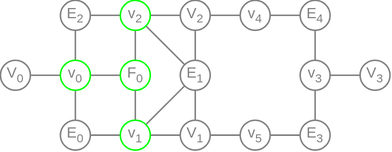
This is wiki/MeshGraphFaceGraph.svg from YoanWithY/kayo, a draw.io export, as it was before one commit. Source tidied: cells renumbered, new cells last; positions are measured from the earlier drawing's top-left corner, leaving out a move shared by most shapes.
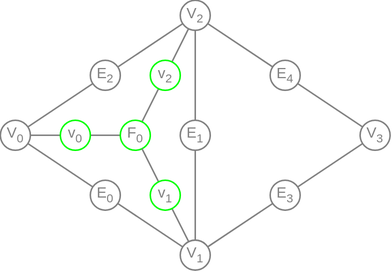
The same file after the commit.

Diff of the diagram source:
```diff
@@ -20,10 +20,10 @@
     <mxCell id="7" value="E&lt;sub style=&quot;&quot;&gt;&lt;font style=&quot;font-size: 8px;&quot;&gt;1&lt;/font&gt;&lt;/sub&gt;" style="ellipse;whiteSpace=wrap;html=1;fontSize=10;fillColor=none;strokeColor=#808080;fontColor=#808080;" parent="1" vertex="1">
       <mxGeometry x="120" y="40" width="20" height="20" as="geometry" />
     </mxCell>
-    <mxCell id="8" style="edgeStyle=none;shape=connector;rounded=0;html=1;labelBackgroundColor=default;strokeColor=#808080;fontFamily=Helvetica;fontSize=8;fontColor=#808080;endArrow=none;endFill=0;" parent="1" edge="1" source="27" target="32">
+    <mxCell id="8" style="edgeStyle=none;shape=connector;rounded=0;html=1;labelBackgroundColor=default;strokeColor=#808080;fontFamily=Helvetica;fontSize=8;fontColor=#808080;endArrow=none;endFill=0;" parent="1" edge="1" source="27" target="10">
       <mxGeometry relative="1" as="geometry" />
     </mxCell>
-    <mxCell id="9" style="edgeStyle=none;shape=connector;rounded=0;html=1;labelBackgroundColor=default;strokeColor=#808080;fontFamily=Helvetica;fontSize=8;fontColor=#808080;endArrow=none;endFill=0;" parent="1" edge="1" source="27" target="34">
+    <mxCell id="9" style="edgeStyle=none;shape=connector;rounded=0;html=1;labelBackgroundColor=default;strokeColor=#808080;fontFamily=Helvetica;fontSize=8;fontColor=#808080;endArrow=none;endFill=0;" parent="1" edge="1" source="27" target="16">
       <mxGeometry relative="1" as="geometry" />
     </mxCell>
     <mxCell id="10" value="V&lt;sub style=&quot;&quot;&gt;&lt;font style=&quot;font-size: 8px;&quot;&gt;0&lt;/font&gt;&lt;/sub&gt;" style="ellipse;whiteSpace=wrap;html=1;fontSize=10;fillColor=none;strokeColor=#808080;fontColor=#808080;shadow=0;" parent="1" vertex="1">
@@ -32,29 +32,26 @@
     <mxCell id="11" style="edgeStyle=none;shape=connector;rounded=0;html=1;labelBackgroundColor=default;strokeColor=#808080;fontFamily=Helvetica;fontSize=8;fontColor=#808080;endArrow=none;endFill=0;" parent="1" edge="1" source="13" target="33">
       <mxGeometry relative="1" as="geometry" />
     </mxCell>
-    <mxCell id="12" style="edgeStyle=none;shape=connector;rounded=0;html=1;labelBackgroundColor=default;strokeColor=#808080;fontFamily=Helvetica;fontSize=8;fontColor=#808080;endArrow=none;endFill=0;" parent="1" edge="1" source="13" target="38">
-      <mxGeometry relative="1" as="geometry" />
-    </mxCell>
     <mxCell id="13" value="V&lt;sub style=&quot;&quot;&gt;&lt;font style=&quot;font-size: 8px;&quot;&gt;1&lt;/font&gt;&lt;/sub&gt;" style="ellipse;whiteSpace=wrap;html=1;fontSize=10;fillColor=none;strokeColor=#808080;fontColor=#808080;" parent="1" vertex="1">
-      <mxGeometry x="120" y="80" width="20" height="20" as="geometry" />
+      <mxGeometry x="120" y="120" width="20" height="20" as="geometry" />
     </mxCell>
     <mxCell id="14" style="edgeStyle=none;shape=connector;rounded=0;html=1;labelBackgroundColor=default;strokeColor=#808080;fontFamily=Helvetica;fontSize=8;fontColor=#808080;endArrow=none;endFill=0;" parent="1" edge="1" source="16" target="34">
       <mxGeometry relative="1" as="geometry" />
     </mxCell>
-    <mxCell id="15" style="edgeStyle=none;shape=connector;rounded=0;html=1;labelBackgroundColor=default;strokeColor=#808080;fontFamily=Helvetica;fontSize=8;fontColor=#808080;endArrow=none;endFill=0;" parent="1" edge="1" source="16" target="37">
-      <mxGeometry relative="1" as="geometry" />
-    </mxCell>
     <mxCell id="16" value="V&lt;sub style=&quot;&quot;&gt;&lt;font style=&quot;font-size: 8px;&quot;&gt;2&lt;/font&gt;&lt;/sub&gt;" style="ellipse;whiteSpace=wrap;html=1;fontSize=10;fillColor=none;strokeColor=#808080;fontColor=#808080;" parent="1" vertex="1">
-      <mxGeometry x="120" width="20" height="20" as="geometry" />
+      <mxGeometry x="120" y="-40" width="20" height="20" as="geometry" />
     </mxCell>
-    <mxCell id="17" style="edgeStyle=none;shape=connector;rounded=0;html=1;labelBackgroundColor=default;strokeColor=#808080;fontFamily=Helvetica;fontSize=8;fontColor=#808080;endArrow=none;endFill=0;startArrow=none;" parent="1" edge="1" source="37" target="19">
+    <mxCell id="17" style="edgeStyle=none;shape=connector;rounded=0;html=1;labelBackgroundColor=default;strokeColor=#808080;fontFamily=Helvetica;fontSize=8;fontColor=#808080;endArrow=none;endFill=0;startArrow=none;" parent="1" edge="1" source="16" target="19">
       <mxGeometry relative="1" as="geometry" />
     </mxCell>
     <mxCell id="18" value="E&lt;sub style=&quot;&quot;&gt;&lt;font style=&quot;font-size: 8px;&quot;&gt;3&lt;/font&gt;&lt;/sub&gt;" style="ellipse;whiteSpace=wrap;html=1;fontSize=10;fillColor=none;strokeColor=#808080;fontColor=#808080;" parent="1" vertex="1">
-      <mxGeometry x="200" y="80" width="20" height="20" as="geometry" />
+      <mxGeometry x="180" y="80" width="20" height="20" as="geometry" />
     </mxCell>
+    <mxCell id="39" style="edgeStyle=none;shape=connector;rounded=0;html=1;labelBackgroundColor=default;strokeColor=#808080;fontFamily=Helvetica;fontSize=8;fontColor=#808080;endArrow=none;endFill=0;" parent="1" edge="1" source="19" target="20">
+      <mxGeometry relative="1" as="geometry" />
+    </mxCell>
     <mxCell id="19" value="E&lt;sub style=&quot;&quot;&gt;&lt;font style=&quot;font-size: 8px;&quot;&gt;4&lt;/font&gt;&lt;/sub&gt;" style="ellipse;whiteSpace=wrap;html=1;fontSize=10;fillColor=none;strokeColor=#808080;fontColor=#808080;" parent="1" vertex="1">
-      <mxGeometry x="200" width="20" height="20" as="geometry" />
+      <mxGeometry x="180" width="20" height="20" as="geometry" />
     </mxCell>
     <mxCell id="20" value="V&lt;sub style=&quot;&quot;&gt;&lt;font style=&quot;font-size: 8px;&quot;&gt;3&lt;/font&gt;&lt;/sub&gt;" style="ellipse;whiteSpace=wrap;html=1;fontSize=10;fillColor=none;strokeColor=#808080;fontColor=#808080;" parent="1" vertex="1">
       <mxGeometry x="240" y="40" width="20" height="20" as="geometry" />
@@ -62,33 +59,24 @@
     <mxCell id="21" style="edgeStyle=none;shape=connector;rounded=0;html=1;labelBackgroundColor=default;strokeColor=#808080;fontFamily=Helvetica;fontSize=8;fontColor=#808080;endArrow=none;endFill=0;" parent="1" edge="1" source="33" target="4">
       <mxGeometry relative="1" as="geometry" />
     </mxCell>
-    <mxCell id="22" style="edgeStyle=none;shape=connector;rounded=0;html=1;labelBackgroundColor=default;strokeColor=#808080;fontFamily=Helvetica;fontSize=8;fontColor=#808080;endArrow=none;endFill=0;" parent="1" edge="1" source="26" target="32">
+    <mxCell id="22" style="edgeStyle=none;shape=connector;rounded=0;html=1;labelBackgroundColor=default;strokeColor=#808080;fontFamily=Helvetica;fontSize=8;fontColor=#808080;endArrow=none;endFill=0;" parent="1" edge="1" source="26" target="10">
       <mxGeometry relative="1" as="geometry" />
     </mxCell>
-    <mxCell id="23" style="edgeStyle=none;shape=connector;rounded=0;html=1;labelBackgroundColor=default;strokeColor=#808080;fontFamily=Helvetica;fontSize=8;fontColor=#808080;endArrow=none;endFill=0;" parent="1" edge="1" source="26" target="33">
+    <mxCell id="23" style="edgeStyle=none;shape=connector;rounded=0;html=1;labelBackgroundColor=default;strokeColor=#808080;fontFamily=Helvetica;fontSize=8;fontColor=#808080;endArrow=none;endFill=0;" parent="1" edge="1" source="26" target="13">
       <mxGeometry relative="1" as="geometry" />
     </mxCell>
-    <mxCell id="24" style="edgeStyle=none;shape=connector;rounded=0;html=1;labelBackgroundColor=default;strokeColor=#808080;fontFamily=Helvetica;fontSize=8;fontColor=#808080;endArrow=none;endFill=0;" parent="1" edge="1" source="7" target="33">
-      <mxGeometry relative="1" as="geometry" />
-    </mxCell>
-    <mxCell id="25" style="edgeStyle=none;shape=connector;rounded=0;html=1;labelBackgroundColor=default;strokeColor=#808080;fontFamily=Helvetica;fontSize=8;fontColor=#808080;endArrow=none;endFill=0;" parent="1" edge="1" source="7" target="34">
-      <mxGeometry relative="1" as="geometry" />
-    </mxCell>
     <mxCell id="26" value="E&lt;sub style=&quot;&quot;&gt;&lt;font style=&quot;font-size: 8px;&quot;&gt;0&lt;/font&gt;&lt;/sub&gt;" style="ellipse;whiteSpace=wrap;html=1;fontSize=10;fillColor=none;strokeColor=#808080;fontColor=#808080;" parent="1" vertex="1">
-      <mxGeometry x="40" y="80" width="20" height="20" as="geometry" />
+      <mxGeometry x="60" y="80" width="20" height="20" as="geometry" />
     </mxCell>
     <mxCell id="27" value="E&lt;sub style=&quot;&quot;&gt;&lt;font style=&quot;font-size: 8px;&quot;&gt;2&lt;/font&gt;&lt;/sub&gt;" style="ellipse;whiteSpace=wrap;html=1;fontSize=10;fillColor=none;strokeColor=#808080;fontColor=#808080;" parent="1" vertex="1">
-      <mxGeometry x="40" width="20" height="20" as="geometry" />
+      <mxGeometry x="60" width="20" height="20" as="geometry" />
     </mxCell>
-    <mxCell id="28" style="edgeStyle=none;shape=connector;rounded=0;html=1;labelBackgroundColor=default;strokeColor=#808080;fontFamily=Helvetica;fontSize=8;fontColor=#808080;endArrow=none;endFill=0;" parent="1" edge="1" source="18" target="36">
+    <mxCell id="28" style="edgeStyle=none;shape=connector;rounded=0;html=1;labelBackgroundColor=default;strokeColor=#808080;fontFamily=Helvetica;fontSize=8;fontColor=#808080;endArrow=none;endFill=0;" parent="1" edge="1" source="18" target="20">
       <mxGeometry relative="1" as="geometry" />
     </mxCell>
-    <mxCell id="29" style="edgeStyle=none;shape=connector;rounded=0;html=1;labelBackgroundColor=default;strokeColor=#808080;fontFamily=Helvetica;fontSize=8;fontColor=#808080;endArrow=none;endFill=0;" parent="1" edge="1" source="18" target="38">
+    <mxCell id="29" style="edgeStyle=none;shape=connector;rounded=0;html=1;labelBackgroundColor=default;strokeColor=#808080;fontFamily=Helvetica;fontSize=8;fontColor=#808080;endArrow=none;endFill=0;" parent="1" edge="1" source="18" target="13">
       <mxGeometry relative="1" as="geometry" />
     </mxCell>
-    <mxCell id="30" style="edgeStyle=none;shape=connector;rounded=0;html=1;labelBackgroundColor=default;strokeColor=#808080;fontFamily=Helvetica;fontSize=8;fontColor=#808080;endArrow=none;endFill=0;" parent="1" edge="1" source="19" target="36">
-      <mxGeometry relative="1" as="geometry" />
-    </mxCell>
     <mxCell id="31" style="edgeStyle=none;shape=connector;rounded=0;html=1;labelBackgroundColor=default;strokeColor=#808080;fontFamily=Helvetica;fontSize=8;fontColor=#808080;endArrow=none;endFill=0;" parent="1" edge="1" source="32" target="10">
       <mxGeometry relative="1" as="geometry" />
     </mxCell>
@@ -96,22 +84,10 @@
       <mxGeometry x="40" y="40" width="20" height="20" as="geometry" />
     </mxCell>
     <mxCell id="33" value="v&lt;sub style=&quot;&quot;&gt;&lt;font style=&quot;font-size: 8px;&quot;&gt;1&lt;/font&gt;&lt;/sub&gt;" style="ellipse;whiteSpace=wrap;html=1;fontSize=10;fillColor=none;strokeColor=#00FF00;fontColor=#808080;" parent="1" vertex="1">
-      <mxGeometry x="80" y="80" width="20" height="20" as="geometry" />
+      <mxGeometry x="100" y="80" width="20" height="20" as="geometry" />
     </mxCell>
     <mxCell id="34" value="v&lt;sub style=&quot;&quot;&gt;&lt;font style=&quot;font-size: 8px;&quot;&gt;2&lt;/font&gt;&lt;/sub&gt;" style="ellipse;whiteSpace=wrap;html=1;fontSize=10;fillColor=none;strokeColor=#00FF00;fontColor=#808080;" parent="1" vertex="1">
-      <mxGeometry x="80" width="20" height="20" as="geometry" />
+      <mxGeometry x="100" width="20" height="20" as="geometry" />
     </mxCell>
-    <mxCell id="35" style="edgeStyle=none;shape=connector;rounded=0;html=1;labelBackgroundColor=default;strokeColor=#808080;fontFamily=Helvetica;fontSize=8;fontColor=#808080;endArrow=none;endFill=0;" parent="1" edge="1" source="36" target="20">
-      <mxGeometry relative="1" as="geometry" />
-    </mxCell>
-    <mxCell id="36" value="v&lt;sub style=&quot;&quot;&gt;&lt;font style=&quot;font-size: 8px;&quot;&gt;3&lt;/font&gt;&lt;/sub&gt;" style="ellipse;whiteSpace=wrap;html=1;fontSize=10;fillColor=none;strokeColor=#808080;fontColor=#808080;" parent="1" vertex="1">
-      <mxGeometry x="200" y="40" width="20" height="20" as="geometry" />
-    </mxCell>
-    <mxCell id="37" value="v&lt;sub style=&quot;&quot;&gt;&lt;font style=&quot;font-size: 8px;&quot;&gt;4&lt;/font&gt;&lt;/sub&gt;" style="ellipse;whiteSpace=wrap;html=1;fontSize=10;fillColor=none;strokeColor=#808080;fontColor=#808080;" parent="1" vertex="1">
-      <mxGeometry x="160" width="20" height="20" as="geometry" />
-    </mxCell>
-    <mxCell id="38" value="v&lt;sub style=&quot;&quot;&gt;&lt;font style=&quot;font-size: 8px;&quot;&gt;5&lt;/font&gt;&lt;/sub&gt;" style="ellipse;whiteSpace=wrap;html=1;fontSize=10;fillColor=none;strokeColor=#808080;fontColor=#808080;" parent="1" vertex="1">
-      <mxGeometry x="160" y="80" width="20" height="20" as="geometry" />
-    </mxCell>
   </root>
 </mxGraphModel>
```
